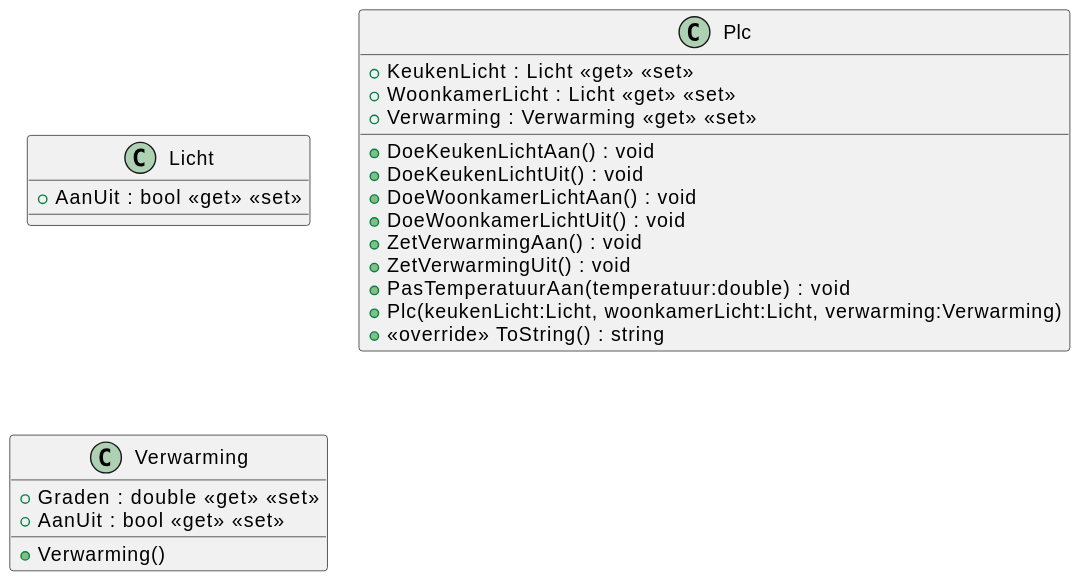
Before: 09/09_01/svg/Overview.svg, a diagram exported from PlantUML (it-graduaten/template-csharp-ooprogramming-permanente-evaluatie). Its diagram source:
```plantuml
@startuml
!include Licht.puml
!include Plc.puml
!include Verwarming.puml
@enduml
```
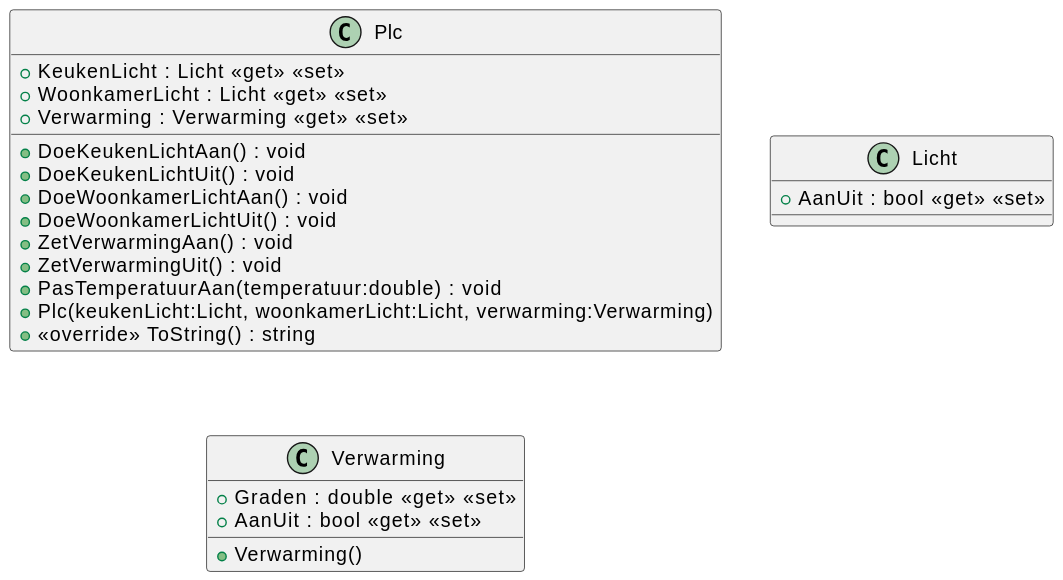
The same diagram one commit later.

Diff of the diagram source:
```diff
@@ -1,5 +1,5 @@
 @startuml
+!include Plc.puml
 !include Licht.puml
-!include Plc.puml
 !include Verwarming.puml
 @enduml
```
